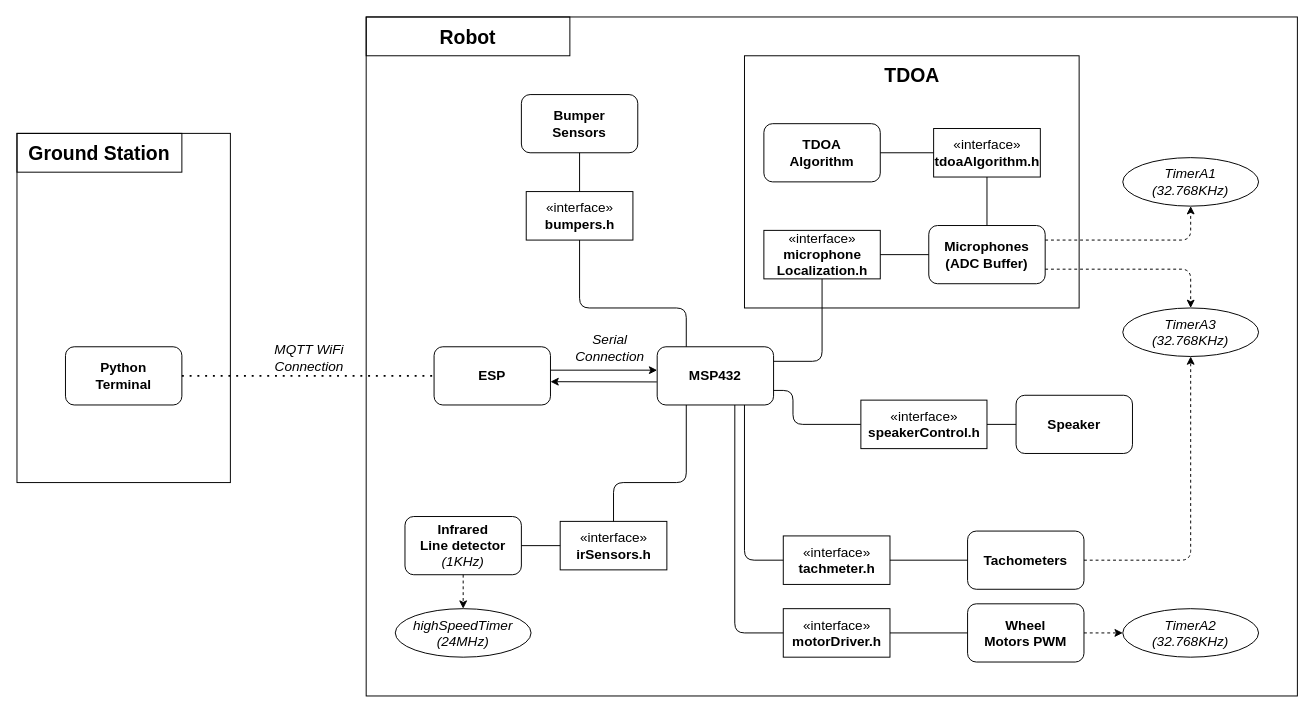
Earlier version of the draw.io diagram documentation/block_diagram.drawio (davidzwa/advanced-iot-lisat). Source tidied: cells renumbered, new cells numbered last; positions are measured from the earlier drawing's top-left corner, leaving out a move shared by most shapes. Both pictures are drawn from the tidied source at 97%, with x=0, y=0 at pixel (16, 16).
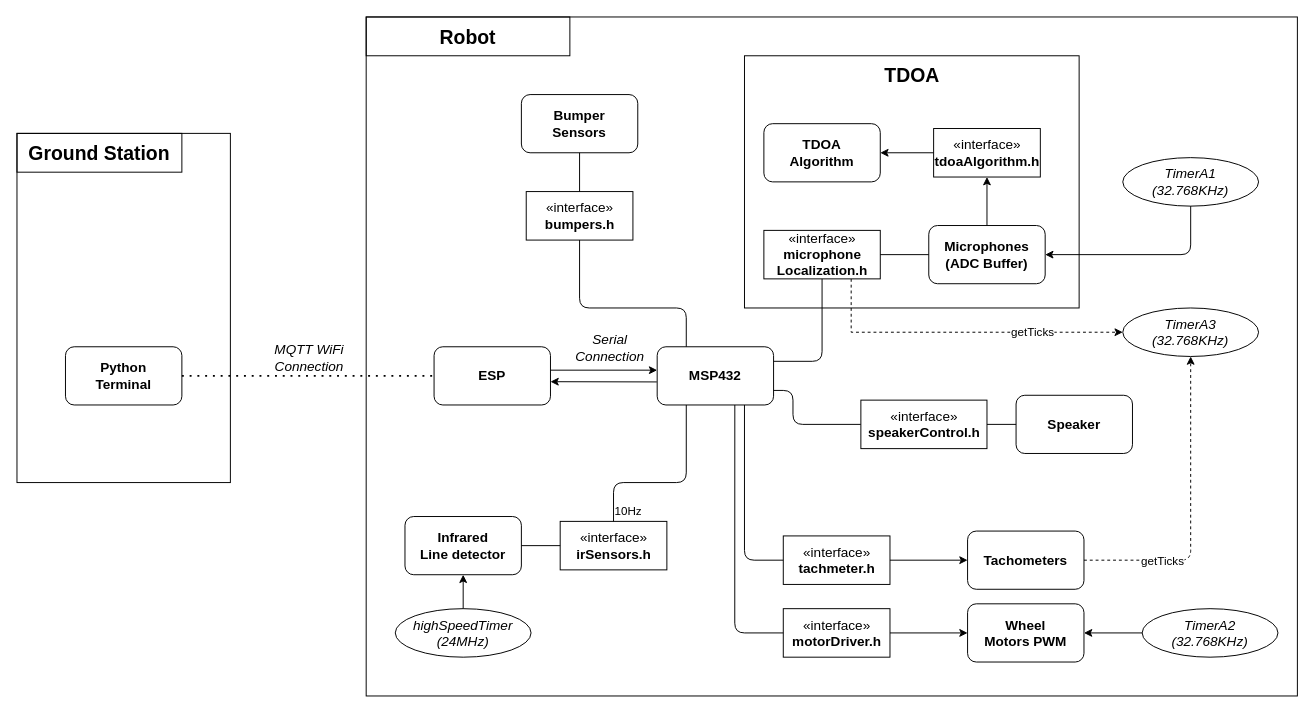
The same page after the edit.

Commit message:
Changed diagram with slight changes on timers (#91)

The change refers to these unchanged cells:
```xml
<mxCell id="11" value="Microphones&lt;br&gt;(ADC Buffer)" style="rounded=1;whiteSpace=wrap;html=1;fontSize=14;fontStyle=1;" parent="1" vertex="1">
  <mxGeometry x="940" y="215" width="120" height="60" as="geometry" />
</mxCell>
<mxCell id="28" value="Wheel&lt;br&gt;Motors PWM" style="rounded=1;whiteSpace=wrap;html=1;fontSize=14;fontStyle=1;" parent="1" vertex="1">
  <mxGeometry x="980" y="605" width="120" height="60" as="geometry" />
</mxCell>
<mxCell id="29" value="TDOA&lt;br&gt;Algorithm" style="rounded=1;whiteSpace=wrap;html=1;fontSize=14;fontStyle=1;" parent="1" vertex="1">
  <mxGeometry x="770" y="110" width="120" height="60" as="geometry" />
</mxCell>
<mxCell id="30" value="«interface»&lt;br style=&quot;font-size: 14px&quot;&gt;&lt;b style=&quot;font-size: 14px&quot;&gt;microphone&lt;br&gt;Localization.h&lt;/b&gt;" style="html=1;fontSize=14;" parent="1" vertex="1">
  <mxGeometry x="770" y="220" width="120" height="50" as="geometry" />
</mxCell>
<mxCell id="32" value="Tachometers" style="rounded=1;whiteSpace=wrap;html=1;fontSize=14;fontStyle=1;" parent="1" vertex="1">
  <mxGeometry x="980" y="530" width="120" height="60" as="geometry" />
</mxCell>
<mxCell id="33" value="«interface»&lt;br style=&quot;font-size: 14px&quot;&gt;&lt;b style=&quot;font-size: 14px&quot;&gt;tachmeter.h&lt;/b&gt;" style="html=1;fontSize=14;" parent="1" vertex="1">
  <mxGeometry x="790" y="535" width="110" height="50" as="geometry" />
</mxCell>
<mxCell id="35" value="«interface»&lt;br style=&quot;font-size: 14px&quot;&gt;&lt;b style=&quot;font-size: 14px&quot;&gt;tdoaAlgorithm.h&lt;/b&gt;" style="html=1;fontSize=14;" parent="1" vertex="1">
  <mxGeometry x="945" y="115" width="110" height="50" as="geometry" />
</mxCell>
<mxCell id="37" value="«interface»&lt;br&gt;&lt;b&gt;motorDriver.h&lt;/b&gt;" style="html=1;fontSize=14;" parent="1" vertex="1">
  <mxGeometry x="790" y="610" width="110" height="50" as="geometry" />
</mxCell>
<mxCell id="41" value="highSpeedTimer&lt;br&gt;(24MHz)" style="ellipse;whiteSpace=wrap;html=1;fillColor=none;fontSize=14;fontStyle=2;" parent="1" vertex="1">
  <mxGeometry x="390" y="610" width="140" height="50" as="geometry" />
</mxCell>
<mxCell id="43" value="TimerA1&lt;br&gt;(32.768KHz)" style="ellipse;whiteSpace=wrap;html=1;fillColor=none;fontSize=14;fontStyle=2;" parent="1" vertex="1">
  <mxGeometry x="1140" y="145" width="140" height="50" as="geometry" />
</mxCell>
<mxCell id="50" value="TimerA3&lt;br&gt;(32.768KHz)" style="ellipse;whiteSpace=wrap;html=1;fillColor=none;fontSize=14;fontStyle=2;" parent="1" vertex="1">
  <mxGeometry x="1140" y="300" width="140" height="50" as="geometry" />
</mxCell>
```

Change to the diagram source:
```diff
@@
-    <mxCell id="12" value="Infrared&lt;br style=&quot;font-size: 14px&quot;&gt;Line detector&lt;br&gt;&lt;span style=&quot;font-weight: normal&quot;&gt;&lt;i&gt;(1KHz)&lt;/i&gt;&lt;/span&gt;" style="rounded=1;whiteSpace=wrap;html=1;fontSize=14;fontStyle=1;" parent="1" vertex="1">
+    <mxCell id="12" value="Infrared&lt;br style=&quot;font-size: 14px&quot;&gt;Line detector" style="rounded=1;whiteSpace=wrap;html=1;fontSize=14;fontStyle=1;" parent="1" vertex="1">
       <mxGeometry x="400" y="515" width="120" height="60" as="geometry" />
     </mxCell>
@@
+    <mxCell id="53" style="edgeStyle=orthogonalEdgeStyle;rounded=0;jettySize=auto;html=1;exitX=0.75;exitY=1;exitDx=0;exitDy=0;entryX=0;entryY=0.5;entryDx=0;entryDy=0;dashed=1;" parent="1" edge="1" source="30" target="50">
+      <mxGeometry relative="1" as="geometry" />
+    </mxCell>
+    <mxCell id="54" value="getTicks" style="text;html=1;align=center;verticalAlign=middle;labelBackgroundColor=#ffffff;" parent="53" vertex="1">
+      <mxGeometry x="0.44" y="1" relative="1" as="geometry" />
+    </mxCell>
@@
-    <mxCell id="34" style="endArrow=none;html=1;exitX=1;exitY=0.5;exitDx=0;exitDy=0;entryX=0;entryY=0.5;entryDx=0;entryDy=0;" parent="1" edge="1" source="33" target="32">
+    <mxCell id="34" style="endArrow=classic;html=1;exitX=1;exitY=0.5;exitDx=0;exitDy=0;entryX=0;entryY=0.5;entryDx=0;entryDy=0;endFill=1;" parent="1" edge="1" source="33" target="32">
       <mxGeometry relative="1" as="geometry" />
     </mxCell>
@@
-    <mxCell id="38" style="endArrow=none;html=1;exitX=1;exitY=0.5;exitDx=0;exitDy=0;entryX=0;entryY=0.5;entryDx=0;entryDy=0;" parent="1" edge="1" source="37" target="28">
+    <mxCell id="38" style="endArrow=classic;html=1;exitX=1;exitY=0.5;exitDx=0;exitDy=0;entryX=0;entryY=0.5;entryDx=0;entryDy=0;endFill=1;" parent="1" edge="1" source="37" target="28">
       <mxGeometry relative="1" as="geometry" />
     </mxCell>
@@
-    <mxCell id="42" style="endArrow=classic;html=1;fontSize=14;exitX=0.5;exitY=1;exitDx=0;exitDy=0;entryX=0.5;entryY=0;entryDx=0;entryDy=0;dashed=1;" parent="1" edge="1" source="12" target="41">
+    <mxCell id="42" style="endArrow=none;html=1;fontSize=14;exitX=0.5;exitY=1;exitDx=0;exitDy=0;entryX=0.5;entryY=0;entryDx=0;entryDy=0;startArrow=classic;startFill=1;endFill=0;" parent="1" edge="1" source="12" target="41">
       <mxGeometry relative="1" as="geometry" />
     </mxCell>
@@
-    <mxCell id="44" style="endArrow=classic;html=1;fontSize=14;dashed=1;exitX=1;exitY=0.25;exitDx=0;exitDy=0;entryX=0.5;entryY=1;entryDx=0;entryDy=0;" parent="1" edge="1" source="11" target="43">
+    <mxCell id="44" style="endArrow=none;html=1;fontSize=14;exitX=1;exitY=0.5;exitDx=0;exitDy=0;entryX=0.5;entryY=1;entryDx=0;entryDy=0;startArrow=classic;startFill=1;endFill=0;" parent="1" edge="1" source="11" target="43">
       <mxGeometry relative="1" as="geometry">
         <Array as="points">
-          <mxPoint x="1210" y="230" />
+          <mxPoint x="1210" y="245" />
         </Array>
       </mxGeometry>
     </mxCell>
@@
-    <mxCell id="46" style="endArrow=none;html=1;exitX=0.5;exitY=1;exitDx=0;exitDy=0;entryX=0.5;entryY=0;entryDx=0;entryDy=0;" parent="1" edge="1" source="35" target="11">
+    <mxCell id="46" style="endArrow=none;html=1;exitX=0.5;exitY=1;exitDx=0;exitDy=0;entryX=0.5;entryY=0;entryDx=0;entryDy=0;startArrow=classic;startFill=1;" parent="1" edge="1" source="35" target="11">
       <mxGeometry relative="1" as="geometry" />
     </mxCell>
-    <mxCell id="47" style="endArrow=none;html=1;exitX=0;exitY=0.5;exitDx=0;exitDy=0;entryX=1;entryY=0.5;entryDx=0;entryDy=0;" parent="1" edge="1" source="35" target="29">
+    <mxCell id="47" style="endArrow=classic;html=1;exitX=0;exitY=0.5;exitDx=0;exitDy=0;entryX=1;entryY=0.5;entryDx=0;entryDy=0;endFill=1;" parent="1" edge="1" source="35" target="29">
       <mxGeometry relative="1" as="geometry" />
     </mxCell>
     <mxCell id="48" value="TimerA2&lt;br&gt;(32.768KHz)" style="ellipse;whiteSpace=wrap;html=1;fillColor=none;fontSize=14;fontStyle=2;" parent="1" vertex="1">
-      <mxGeometry x="1140" y="610" width="140" height="50" as="geometry" />
+      <mxGeometry x="1160" y="610" width="140" height="50" as="geometry" />
     </mxCell>
-    <mxCell id="49" style="endArrow=classic;html=1;fontSize=14;dashed=1;exitX=1;exitY=0.5;exitDx=0;exitDy=0;entryX=0;entryY=0.5;entryDx=0;entryDy=0;" parent="1" edge="1" source="28" target="48">
+    <mxCell id="49" style="endArrow=none;html=1;fontSize=14;exitX=1;exitY=0.5;exitDx=0;exitDy=0;entryX=0;entryY=0.5;entryDx=0;entryDy=0;startArrow=classic;startFill=1;endFill=0;" parent="1" edge="1" source="28" target="48">
       <mxGeometry relative="1" as="geometry" />
     </mxCell>
@@
-    <mxCell id="51" style="endArrow=classic;html=1;fontSize=14;dashed=1;exitX=1;exitY=0.75;exitDx=0;exitDy=0;entryX=0.5;entryY=0;entryDx=0;entryDy=0;" parent="1" edge="1" source="11" target="50">
-      <mxGeometry relative="1" as="geometry">
-        <Array as="points">
-          <mxPoint x="1210" y="260" />
-        </Array>
-      </mxGeometry>
-    </mxCell>
@@
+    <mxCell id="55" value="getTicks" style="text;html=1;align=center;verticalAlign=middle;labelBackgroundColor=#ffffff;" parent="1" vertex="1">
+      <mxGeometry x="1180" y="560" as="geometry" />
+    </mxCell>
+    <mxCell id="56" value="10Hz" style="text;html=1;align=center;verticalAlign=middle;" parent="1" vertex="1">
+      <mxGeometry x="610" y="500" width="40" height="20" as="geometry" />
+    </mxCell>
```
